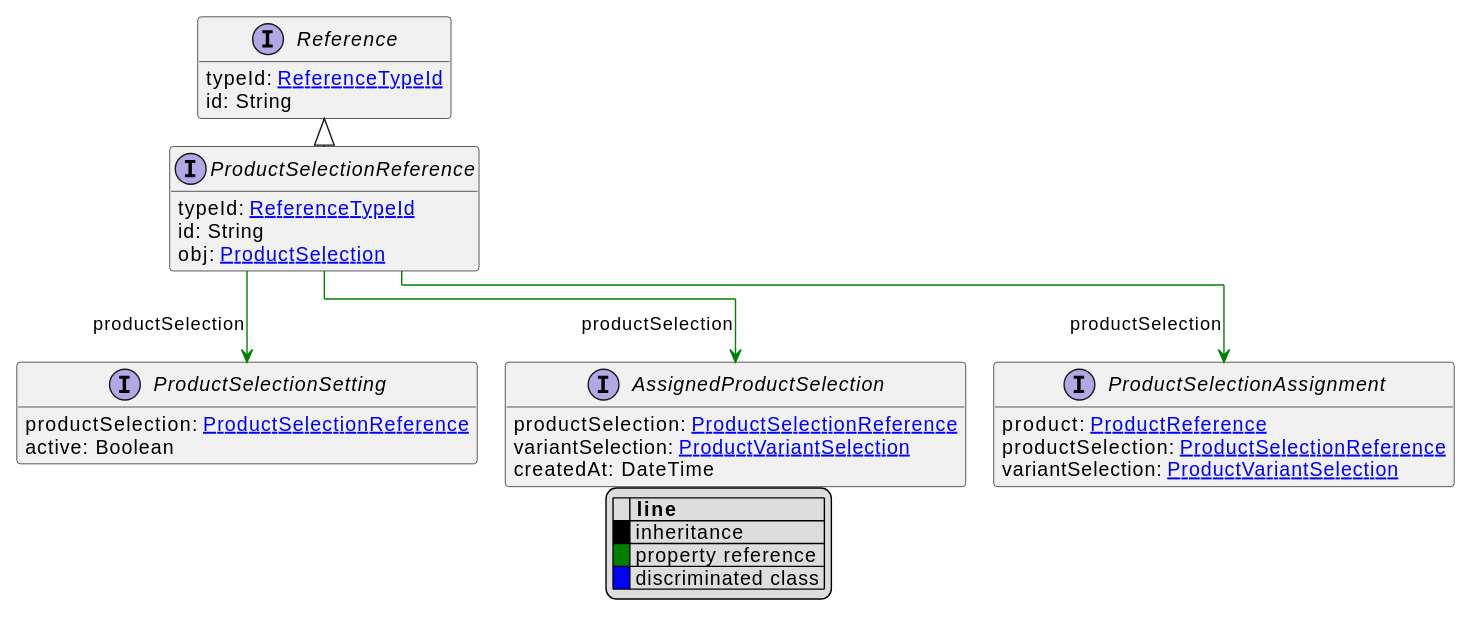
Before: uml/api/svg/ProductSelectionReference.svg, a diagram exported from PlantUML (commercetools/commercetools-api-reference).
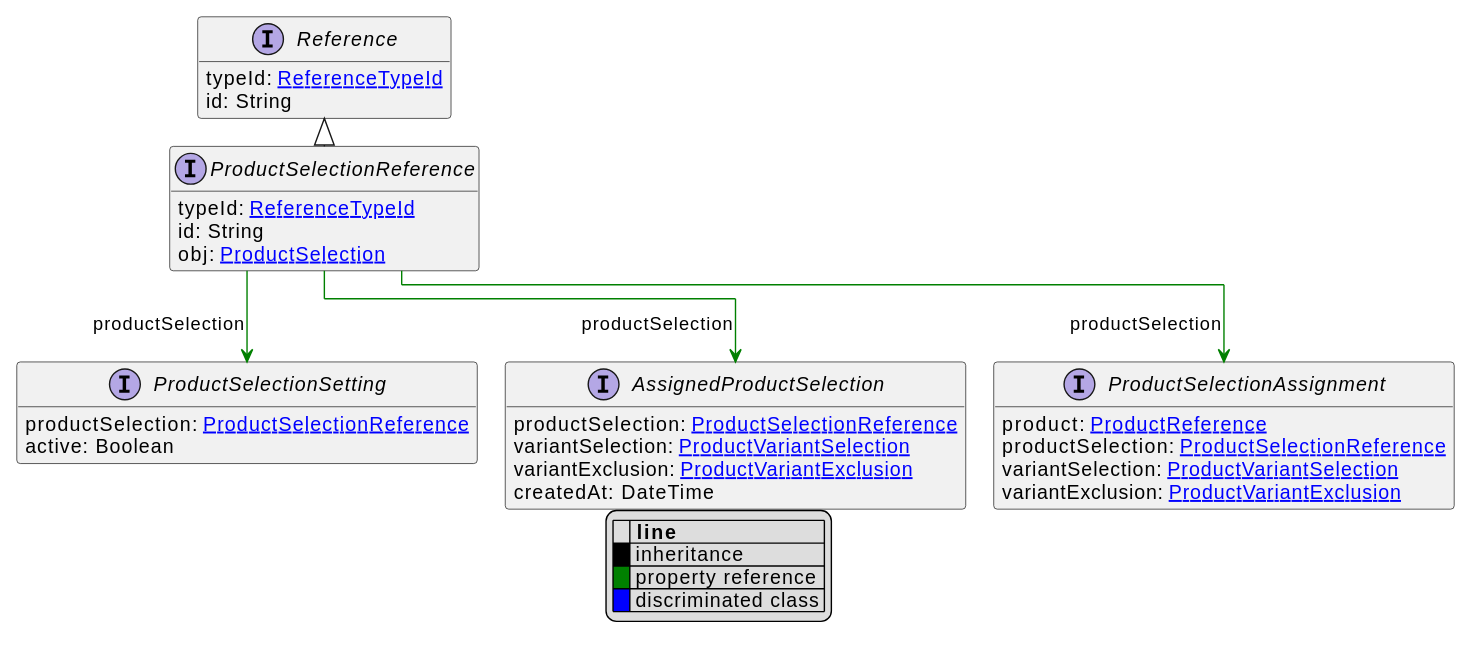
Later version of the same file.

The edit, as a diff of the source:
```diff
@@ -22,12 +22,14 @@
 interface AssignedProductSelection [[AssignedProductSelection.svg]]  {
     productSelection: [[ProductSelectionReference.svg ProductSelectionReference]]
     variantSelection: [[ProductVariantSelection.svg ProductVariantSelection]]
+    variantExclusion: [[ProductVariantExclusion.svg ProductVariantExclusion]]
     createdAt: DateTime
 }
 interface ProductSelectionAssignment [[ProductSelectionAssignment.svg]]  {
     product: [[ProductReference.svg ProductReference]]
     productSelection: [[ProductSelectionReference.svg ProductSelectionReference]]
     variantSelection: [[ProductVariantSelection.svg ProductVariantSelection]]
+    variantExclusion: [[ProductVariantExclusion.svg ProductVariantExclusion]]
 }
 interface ProductSelectionSetting [[ProductSelectionSetting.svg]]  {
     productSelection: [[ProductSelectionReference.svg ProductSelectionReference]]
```
